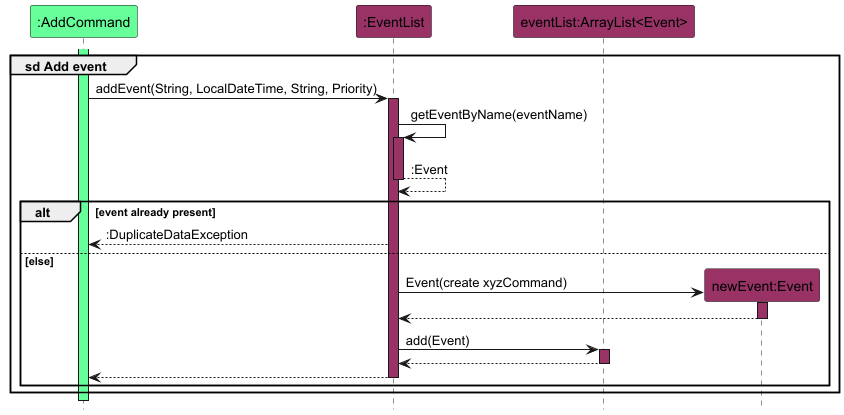
Before: docs/images/AddEventSequenceDiagram.png, a diagram exported from PlantUML (nus-cs2113-AY2425S1/tp).
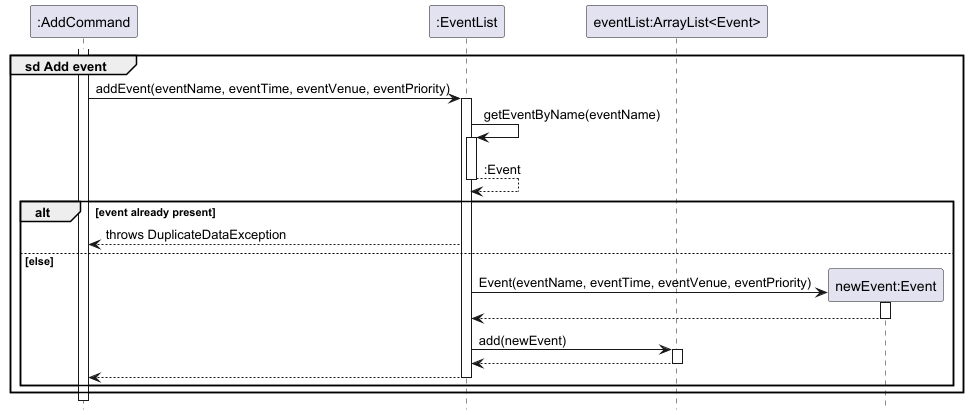
Above is the later version.

Diff of the diagram source:
```diff
@@ -2,33 +2,33 @@
 !include style.puml
 hide footbox
 
-participant ":AddCommand" as command COMMAND_COLOUR
-participant ":EventList" as eventList EVENT_COLOUR
-participant "eventList:ArrayList<Event>" as list EVENT_COLOUR
-participant "newEvent:Event" as event EVENT_COLOUR
+participant ":AddCommand" as command
+participant ":EventList" as eventList
+participant "eventList:ArrayList<Event>" as list
+participant "newEvent:Event" as event
 
 group sd Add event
-    activate command COMMAND_COLOUR
-    command -> eventList : addEvent(String, LocalDateTime, String, Priority)
-    activate eventList EVENT_COLOUR
+    activate command
+    command -> eventList : addEvent(eventName, eventTime, eventVenue, eventPriority)
+    activate eventList
 
     eventList -> eventList : getEventByName(eventName)
-    activate eventList EVENT_COLOUR
+    activate eventList
 
     return :Event
 
     alt event already present
-        eventList --> command : :DuplicateDataException
+        eventList --> command : throws DuplicateDataException
     else else
 
         create event
-        eventList -> event : Event(create xyzCommand)
-        activate event EVENT_COLOUR
+        eventList -> event : Event(eventName, eventTime, eventVenue, eventPriority)
+        activate event
 
         return
 
-        eventList -> list : add(Event)
-        activate list EVENT_COLOUR
+        eventList -> list : add(newEvent)
+        activate list
 
         return
 
```
